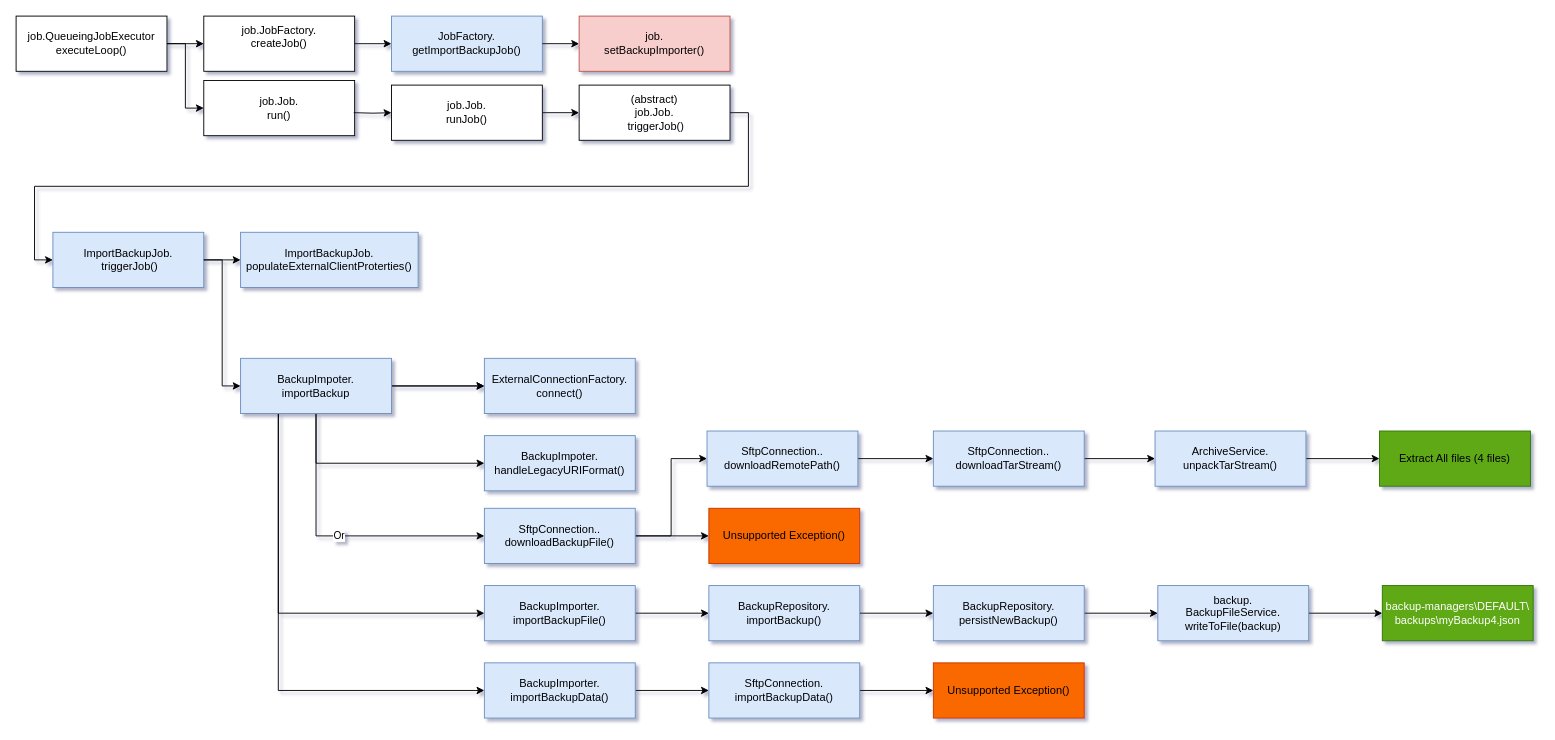
Before: BRO-import.drawio in Albert-W/Draw_io, a draw.io diagram. Source tidied: cells renumbered, new cells numbered last; positions are measured from the earlier drawing's top-left corner, leaving out a move shared by most shapes. Both pictures are drawn from the tidied source at 92%, with x=0, y=0 at pixel (16, 16).
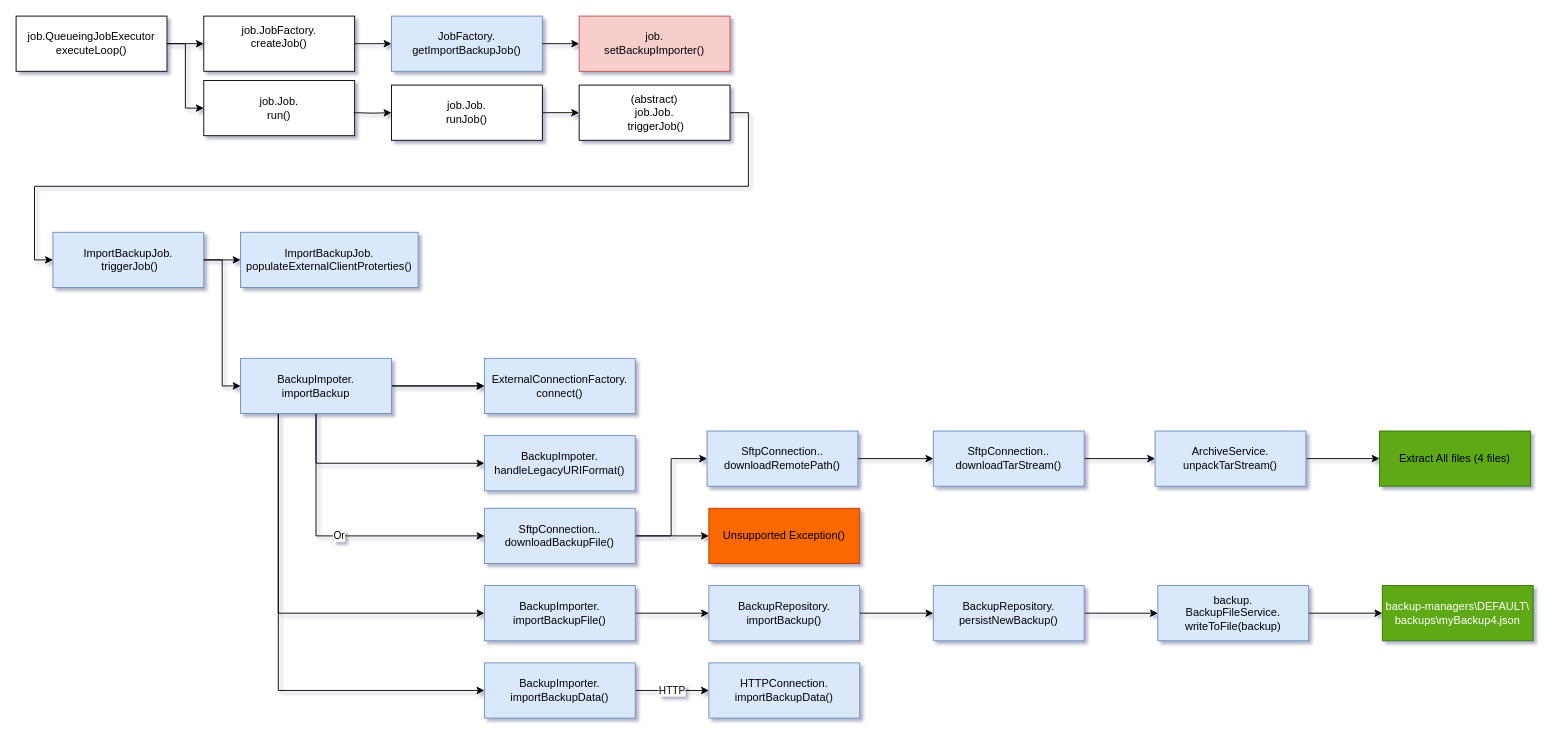
Above is the later version.

Unchanged cells that the change refers to:
```xml
<mxCell id="35" value="&lt;div style=&quot;color: rgb(0 , 0 , 0) ; font-family: &amp;#34;helvetica&amp;#34; ; font-size: 12px ; font-style: normal ; font-weight: 400 ; letter-spacing: normal ; text-align: center ; text-indent: 0px ; text-transform: none ; word-spacing: 0px&quot;&gt;BackupImporter.&lt;/div&gt;&lt;div style=&quot;color: rgb(0 , 0 , 0) ; font-family: &amp;#34;helvetica&amp;#34; ; font-size: 12px ; font-style: normal ; font-weight: 400 ; letter-spacing: normal ; text-align: center ; text-indent: 0px ; text-transform: none ; word-spacing: 0px&quot;&gt;importBackupData()&lt;/div&gt;" style="whiteSpace=wrap;html=1;align=center;newEdgeStyle={&quot;edgeStyle&quot;:&quot;elbowEdgeStyle&quot;,&quot;startArrow&quot;:&quot;none&quot;,&quot;endArrow&quot;:&quot;none&quot;};fillColor=#dae8fc;strokeColor=#6c8ebf;" parent="1" vertex="1">
  <mxGeometry x="509" y="703" width="164" height="60" as="geometry" />
</mxCell>
```

What changed in the source:
```diff
@@
-    <mxCell id="34" style="edgeStyle=orthogonalEdgeStyle;rounded=0;jettySize=auto;html=1;" parent="1" edge="1" source="35" target="39">
+    <mxCell id="34" value="HTTP" style="edgeStyle=orthogonalEdgeStyle;rounded=0;jettySize=auto;html=1;" parent="1" edge="1" source="35" target="39">
       <mxGeometry relative="1" as="geometry" />
     </mxCell>
@@
-    <mxCell id="38" style="edgeStyle=orthogonalEdgeStyle;rounded=0;jettySize=auto;html=1;" parent="1" edge="1" source="39" target="40">
-      <mxGeometry relative="1" as="geometry" />
-    </mxCell>
-    <mxCell id="39" value="&lt;div style=&quot;color: rgb(0 , 0 , 0) ; font-family: &amp;#34;helvetica&amp;#34; ; font-size: 12px ; font-style: normal ; font-weight: 400 ; letter-spacing: normal ; text-align: center ; text-indent: 0px ; text-transform: none ; word-spacing: 0px&quot;&gt;SftpConnection.&lt;/div&gt;&lt;div style=&quot;color: rgb(0 , 0 , 0) ; font-family: &amp;#34;helvetica&amp;#34; ; font-size: 12px ; font-style: normal ; font-weight: 400 ; letter-spacing: normal ; text-align: center ; text-indent: 0px ; text-transform: none ; word-spacing: 0px&quot;&gt;importBackupData()&lt;/div&gt;" style="whiteSpace=wrap;html=1;align=center;newEdgeStyle={&quot;edgeStyle&quot;:&quot;elbowEdgeStyle&quot;,&quot;startArrow&quot;:&quot;none&quot;,&quot;endArrow&quot;:&quot;none&quot;};fillColor=#dae8fc;strokeColor=#6c8ebf;" parent="1" vertex="1">
+    <mxCell id="39" value="&lt;div style=&quot;color: rgb(0 , 0 , 0) ; font-family: &amp;#34;helvetica&amp;#34; ; font-size: 12px ; font-style: normal ; font-weight: 400 ; letter-spacing: normal ; text-align: center ; text-indent: 0px ; text-transform: none ; word-spacing: 0px&quot;&gt;HTTPConnection.&lt;/div&gt;&lt;div style=&quot;color: rgb(0 , 0 , 0) ; font-family: &amp;#34;helvetica&amp;#34; ; font-size: 12px ; font-style: normal ; font-weight: 400 ; letter-spacing: normal ; text-align: center ; text-indent: 0px ; text-transform: none ; word-spacing: 0px&quot;&gt;importBackupData()&lt;/div&gt;" style="whiteSpace=wrap;html=1;align=center;newEdgeStyle={&quot;edgeStyle&quot;:&quot;elbowEdgeStyle&quot;,&quot;startArrow&quot;:&quot;none&quot;,&quot;endArrow&quot;:&quot;none&quot;};fillColor=#dae8fc;strokeColor=#6c8ebf;" parent="1" vertex="1">
       <mxGeometry x="753" y="703" width="164" height="60" as="geometry" />
     </mxCell>
-    <mxCell id="40" value="&lt;div style=&quot;color: rgb(0 , 0 , 0) ; font-family: &amp;#34;helvetica&amp;#34; ; font-size: 12px ; font-style: normal ; font-weight: 400 ; letter-spacing: normal ; text-align: center ; text-indent: 0px ; text-transform: none ; word-spacing: 0px&quot;&gt;Unsupported Exception()&lt;/div&gt;" style="whiteSpace=wrap;html=1;align=center;newEdgeStyle={&quot;edgeStyle&quot;:&quot;elbowEdgeStyle&quot;,&quot;startArrow&quot;:&quot;none&quot;,&quot;endArrow&quot;:&quot;none&quot;};fillColor=#fa6800;strokeColor=#C73500;fontColor=#ffffff;" parent="1" vertex="1">
-      <mxGeometry x="997" y="703" width="164" height="60" as="geometry" />
-    </mxCell>
```
